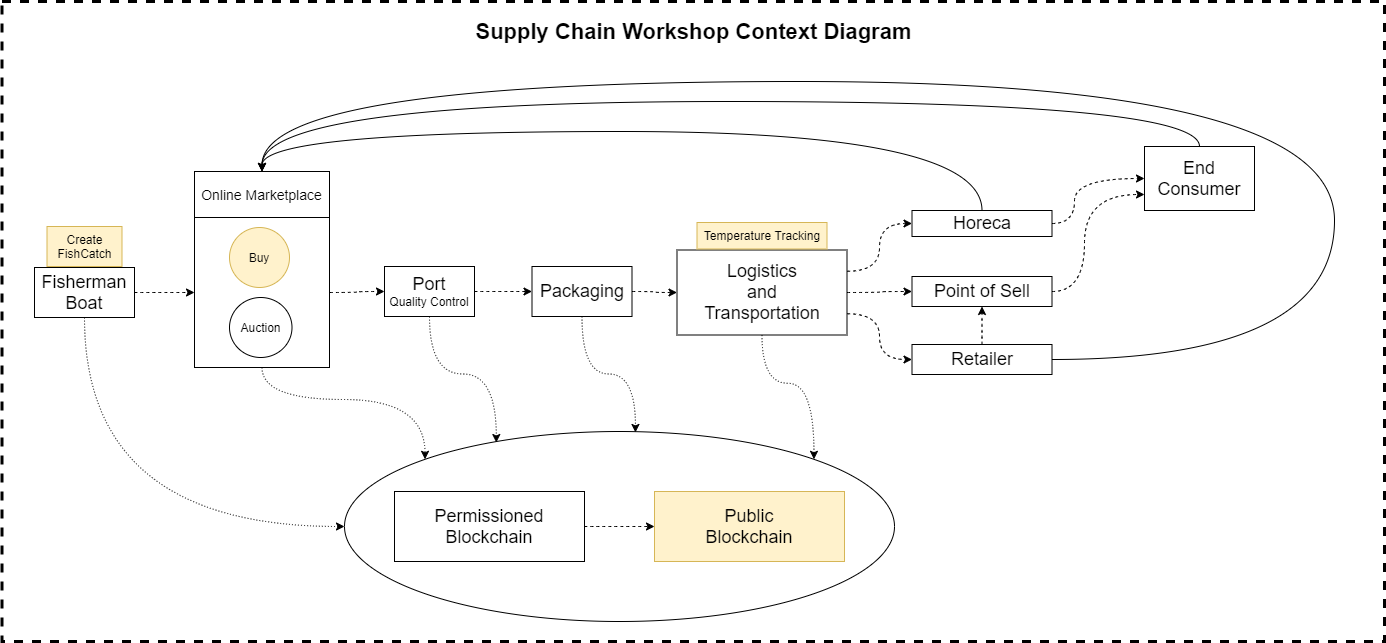
The draw.io diagram docs/SupplyChain Workshop Diagram.png in Bitcliq-Technologies/supplyChainETH-workshop, before a commit. Source tidied: cells renumbered, new cells last; positions are measured from the earlier drawing's top-left corner, leaving out a move shared by most shapes. Source of this version:
```xml
<mxGraphModel>
  <root>
    <mxCell id="0" />
    <mxCell id="1" parent="0" />
    <mxCell id="2" style="rounded=0;whiteSpace=wrap;html=1;dashed=1;strokeWidth=3;" parent="1" vertex="1">
      <mxGeometry x="-0.5" width="1382.5" height="640" as="geometry" />
    </mxCell>
    <mxCell id="3" style="ellipse;whiteSpace=wrap;html=1;strokeWidth=1;" parent="1" vertex="1">
      <mxGeometry x="342" y="430" width="550" height="190" as="geometry" />
    </mxCell>
    <mxCell id="4" style="edgeStyle=orthogonalEdgeStyle;curved=1;rounded=0;jettySize=auto;html=1;exitX=1;exitY=0.5;exitDx=0;exitDy=0;entryX=0;entryY=0.5;entryDx=0;entryDy=0;dashed=1;" parent="1" edge="1" source="6" target="13">
      <mxGeometry relative="1" as="geometry" />
    </mxCell>
    <mxCell id="5" style="edgeStyle=orthogonalEdgeStyle;curved=1;rounded=0;jettySize=auto;html=1;exitX=0.5;exitY=1;exitDx=0;exitDy=0;entryX=0;entryY=0;entryDx=0;entryDy=0;dashed=1;dashPattern=1 2;" parent="1" edge="1" source="6" target="3">
      <mxGeometry relative="1" as="geometry" />
    </mxCell>
    <mxCell id="6" style="rounded=0;whiteSpace=wrap;html=1;" parent="1" vertex="1">
      <mxGeometry x="192" y="216" width="135" height="150" as="geometry" />
    </mxCell>
    <mxCell id="7" style="edgeStyle=orthogonalEdgeStyle;curved=1;rounded=0;jettySize=auto;html=1;exitX=1;exitY=0.5;exitDx=0;exitDy=0;entryX=0;entryY=0.5;entryDx=0;entryDy=0;dashed=1;" parent="1" edge="1" source="9" target="6">
      <mxGeometry relative="1" as="geometry" />
    </mxCell>
    <mxCell id="8" style="edgeStyle=orthogonalEdgeStyle;curved=1;rounded=0;jettySize=auto;html=1;exitX=0.5;exitY=1;exitDx=0;exitDy=0;entryX=0;entryY=0.5;entryDx=0;entryDy=0;dashed=1;dashPattern=1 2;" parent="1" edge="1" source="9" target="3">
      <mxGeometry relative="1" as="geometry" />
    </mxCell>
    <mxCell id="9" value="&lt;font style=&quot;font-size: 18px&quot;&gt;Fisherman&lt;br&gt;Boat&lt;/font&gt;" style="rounded=0;whiteSpace=wrap;html=1;" parent="1" vertex="1">
      <mxGeometry x="32" y="266" width="100" height="50" as="geometry" />
    </mxCell>
    <mxCell id="10" value="Create FishCatch" style="rounded=0;whiteSpace=wrap;html=1;fillColor=#fff2cc;strokeColor=#d6b656;" parent="1" vertex="1">
      <mxGeometry x="44.5" y="225" width="75" height="40" as="geometry" />
    </mxCell>
    <mxCell id="11" style="edgeStyle=orthogonalEdgeStyle;curved=1;rounded=0;jettySize=auto;html=1;exitX=1;exitY=0.5;exitDx=0;exitDy=0;dashed=1;" parent="1" edge="1" source="13" target="17">
      <mxGeometry relative="1" as="geometry" />
    </mxCell>
    <mxCell id="12" style="edgeStyle=orthogonalEdgeStyle;curved=1;rounded=0;jettySize=auto;html=1;exitX=0.5;exitY=1;exitDx=0;exitDy=0;entryX=0.276;entryY=0.058;entryDx=0;entryDy=0;entryPerimeter=0;dashed=1;dashPattern=1 2;" parent="1" edge="1" source="13" target="3">
      <mxGeometry relative="1" as="geometry" />
    </mxCell>
    <mxCell id="13" value="&lt;font&gt;&lt;font style=&quot;font-size: 18px&quot;&gt;Port&lt;br&gt;&lt;/font&gt;Quality Control&lt;br&gt;&lt;/font&gt;" style="rounded=0;whiteSpace=wrap;html=1;" parent="1" vertex="1">
      <mxGeometry x="382" y="265" width="90" height="50" as="geometry" />
    </mxCell>
    <mxCell id="14" value="&lt;span style=&quot;font-family: &amp;#34;helvetica&amp;#34;&quot;&gt;&lt;font style=&quot;font-size: 14px&quot;&gt;Online Marketplace&lt;/font&gt;&lt;/span&gt;" style="rounded=0;whiteSpace=wrap;html=1;" parent="1" vertex="1">
      <mxGeometry x="192" y="170" width="135" height="46" as="geometry" />
    </mxCell>
    <mxCell id="15" style="edgeStyle=orthogonalEdgeStyle;curved=1;rounded=0;jettySize=auto;html=1;exitX=1;exitY=0.5;exitDx=0;exitDy=0;entryX=0;entryY=0.5;entryDx=0;entryDy=0;dashed=1;" parent="1" edge="1" source="17" target="22">
      <mxGeometry relative="1" as="geometry" />
    </mxCell>
    <mxCell id="16" style="edgeStyle=orthogonalEdgeStyle;curved=1;rounded=0;jettySize=auto;html=1;exitX=0.5;exitY=1;exitDx=0;exitDy=0;dashed=1;dashPattern=1 2;entryX=0.529;entryY=0.005;entryDx=0;entryDy=0;entryPerimeter=0;" parent="1" edge="1" source="17" target="3">
      <mxGeometry relative="1" as="geometry" />
    </mxCell>
    <mxCell id="17" value="&lt;font&gt;&lt;font style=&quot;font-size: 18px&quot;&gt;Packaging&lt;/font&gt;&lt;br&gt;&lt;/font&gt;" style="rounded=0;whiteSpace=wrap;html=1;" parent="1" vertex="1">
      <mxGeometry x="529.5" y="265" width="100" height="50" as="geometry" />
    </mxCell>
    <mxCell id="18" style="edgeStyle=orthogonalEdgeStyle;curved=1;rounded=0;jettySize=auto;html=1;exitX=1;exitY=0.25;exitDx=0;exitDy=0;entryX=0;entryY=0.5;entryDx=0;entryDy=0;dashed=1;" parent="1" edge="1" source="22" target="25">
      <mxGeometry relative="1" as="geometry" />
    </mxCell>
    <mxCell id="19" style="edgeStyle=orthogonalEdgeStyle;curved=1;rounded=0;jettySize=auto;html=1;exitX=1;exitY=0.5;exitDx=0;exitDy=0;entryX=0;entryY=0.5;entryDx=0;entryDy=0;dashed=1;" parent="1" edge="1" source="22" target="27">
      <mxGeometry relative="1" as="geometry" />
    </mxCell>
    <mxCell id="20" style="edgeStyle=orthogonalEdgeStyle;curved=1;rounded=0;jettySize=auto;html=1;exitX=1;exitY=0.75;exitDx=0;exitDy=0;entryX=0;entryY=0.5;entryDx=0;entryDy=0;dashed=1;" parent="1" edge="1" source="22" target="30">
      <mxGeometry relative="1" as="geometry" />
    </mxCell>
    <mxCell id="21" style="edgeStyle=orthogonalEdgeStyle;curved=1;rounded=0;jettySize=auto;html=1;exitX=0.5;exitY=1;exitDx=0;exitDy=0;dashed=1;dashPattern=1 2;entryX=1;entryY=0;entryDx=0;entryDy=0;" parent="1" edge="1" source="22" target="3">
      <mxGeometry relative="1" as="geometry" />
    </mxCell>
    <mxCell id="22" value="&lt;font&gt;&lt;font style=&quot;font-size: 18px&quot;&gt;Logistics&lt;br&gt;and&lt;br&gt;Transportation&lt;/font&gt;&lt;br&gt;&lt;/font&gt;" style="rounded=0;whiteSpace=wrap;html=1;" parent="1" vertex="1">
      <mxGeometry x="674.5" y="248.5" width="170" height="85" as="geometry" />
    </mxCell>
    <mxCell id="23" style="edgeStyle=orthogonalEdgeStyle;curved=1;rounded=0;jettySize=auto;html=1;exitX=1;exitY=0.5;exitDx=0;exitDy=0;entryX=0;entryY=0.5;entryDx=0;entryDy=0;dashed=1;" parent="1" edge="1" source="25" target="34">
      <mxGeometry relative="1" as="geometry">
        <Array as="points">
          <mxPoint x="1072" y="222" />
          <mxPoint x="1072" y="177" />
        </Array>
      </mxGeometry>
    </mxCell>
    <mxCell id="24" style="edgeStyle=orthogonalEdgeStyle;curved=1;rounded=0;jettySize=auto;html=1;exitX=0.5;exitY=0;exitDx=0;exitDy=0;entryX=0.5;entryY=0;entryDx=0;entryDy=0;" parent="1" edge="1" source="25" target="14">
      <mxGeometry relative="1" as="geometry">
        <Array as="points">
          <mxPoint x="980" y="130" />
          <mxPoint x="260" y="130" />
        </Array>
      </mxGeometry>
    </mxCell>
    <mxCell id="25" value="&lt;font&gt;&lt;font style=&quot;font-size: 18px&quot;&gt;Horeca&lt;/font&gt;&lt;br&gt;&lt;/font&gt;" style="rounded=0;whiteSpace=wrap;html=1;" parent="1" vertex="1">
      <mxGeometry x="909.5" y="209" width="140" height="26" as="geometry" />
    </mxCell>
    <mxCell id="26" style="edgeStyle=orthogonalEdgeStyle;curved=1;rounded=0;jettySize=auto;html=1;exitX=1;exitY=0.5;exitDx=0;exitDy=0;entryX=0;entryY=0.75;entryDx=0;entryDy=0;dashed=1;" parent="1" edge="1" source="27" target="34">
      <mxGeometry relative="1" as="geometry">
        <Array as="points">
          <mxPoint x="1082" y="290" />
          <mxPoint x="1082" y="193" />
        </Array>
      </mxGeometry>
    </mxCell>
    <mxCell id="27" value="&lt;font&gt;&lt;font style=&quot;font-size: 18px&quot;&gt;Point of Sell&lt;/font&gt;&lt;br&gt;&lt;/font&gt;" style="rounded=0;whiteSpace=wrap;html=1;" parent="1" vertex="1">
      <mxGeometry x="909.5" y="275" width="140" height="30" as="geometry" />
    </mxCell>
    <mxCell id="28" style="edgeStyle=orthogonalEdgeStyle;curved=1;rounded=0;jettySize=auto;html=1;exitX=0.5;exitY=0;exitDx=0;exitDy=0;entryX=0.5;entryY=1;entryDx=0;entryDy=0;dashed=1;" parent="1" edge="1" source="30" target="27">
      <mxGeometry relative="1" as="geometry" />
    </mxCell>
    <mxCell id="29" style="edgeStyle=orthogonalEdgeStyle;curved=1;rounded=0;jettySize=auto;html=1;exitX=1;exitY=0.5;exitDx=0;exitDy=0;entryX=0.5;entryY=0;entryDx=0;entryDy=0;" parent="1" edge="1" source="30" target="14">
      <mxGeometry relative="1" as="geometry">
        <Array as="points">
          <mxPoint x="1332" y="358" />
          <mxPoint x="1332" y="80" />
          <mxPoint x="260" y="80" />
        </Array>
      </mxGeometry>
    </mxCell>
    <mxCell id="30" value="&lt;font&gt;&lt;font style=&quot;font-size: 18px&quot;&gt;Retailer&lt;/font&gt;&lt;br&gt;&lt;/font&gt;" style="rounded=0;whiteSpace=wrap;html=1;" parent="1" vertex="1">
      <mxGeometry x="909.5" y="343" width="140" height="30" as="geometry" />
    </mxCell>
    <mxCell id="31" value="Buy" style="ellipse;whiteSpace=wrap;html=1;fillColor=#fff2cc;strokeColor=#d6b656;" parent="1" vertex="1">
      <mxGeometry x="227" y="226" width="60" height="60" as="geometry" />
    </mxCell>
    <mxCell id="32" value="Auction" style="ellipse;whiteSpace=wrap;html=1;" parent="1" vertex="1">
      <mxGeometry x="227" y="296" width="62.5" height="60" as="geometry" />
    </mxCell>
    <mxCell id="33" style="edgeStyle=orthogonalEdgeStyle;curved=1;rounded=0;jettySize=auto;html=1;exitX=0.5;exitY=0;exitDx=0;exitDy=0;entryX=0.5;entryY=0;entryDx=0;entryDy=0;" parent="1" edge="1" source="34" target="14">
      <mxGeometry relative="1" as="geometry">
        <Array as="points">
          <mxPoint x="1197" y="100" />
          <mxPoint x="260" y="100" />
        </Array>
      </mxGeometry>
    </mxCell>
    <mxCell id="34" value="&lt;font&gt;&lt;font style=&quot;font-size: 18px&quot;&gt;End Consumer&lt;/font&gt;&lt;br&gt;&lt;/font&gt;" style="rounded=0;whiteSpace=wrap;html=1;" parent="1" vertex="1">
      <mxGeometry x="1142" y="145" width="110" height="64" as="geometry" />
    </mxCell>
    <mxCell id="35" value="Temperature Tracking" style="rounded=0;whiteSpace=wrap;html=1;fillColor=#fff2cc;strokeColor=#d6b656;" parent="1" vertex="1">
      <mxGeometry x="694.5" y="221" width="130" height="26.5" as="geometry" />
    </mxCell>
    <mxCell id="36" value="&lt;font style=&quot;font-size: 22px&quot;&gt;&lt;b&gt;Supply Chain Workshop Context Diagram&lt;/b&gt;&lt;/font&gt;" style="text;html=1;strokeColor=none;fillColor=none;align=center;verticalAlign=middle;whiteSpace=wrap;rounded=0;" parent="1" vertex="1">
      <mxGeometry x="-0.5" y="10" width="1382.5" height="40" as="geometry" />
    </mxCell>
    <mxCell id="37" style="edgeStyle=orthogonalEdgeStyle;curved=1;rounded=0;jettySize=auto;html=1;exitX=1;exitY=0.5;exitDx=0;exitDy=0;entryX=0;entryY=0.5;entryDx=0;entryDy=0;dashed=1;" parent="1" edge="1" source="38" target="39">
      <mxGeometry relative="1" as="geometry" />
    </mxCell>
    <mxCell id="38" value="&lt;span style=&quot;font-size: 18px&quot;&gt;Permissioned&lt;br&gt;Blockchain&lt;/span&gt;" style="rounded=0;whiteSpace=wrap;html=1;" parent="1" vertex="1">
      <mxGeometry x="392" y="490" width="190" height="70" as="geometry" />
    </mxCell>
    <mxCell id="39" value="&lt;span style=&quot;font-size: 18px&quot;&gt;Public&lt;br&gt;Blockchain&lt;/span&gt;" style="rounded=0;whiteSpace=wrap;html=1;fillColor=#fff2cc;strokeColor=#d6b656;" parent="1" vertex="1">
      <mxGeometry x="652" y="490" width="190" height="70" as="geometry" />
    </mxCell>
  </root>
</mxGraphModel>
```
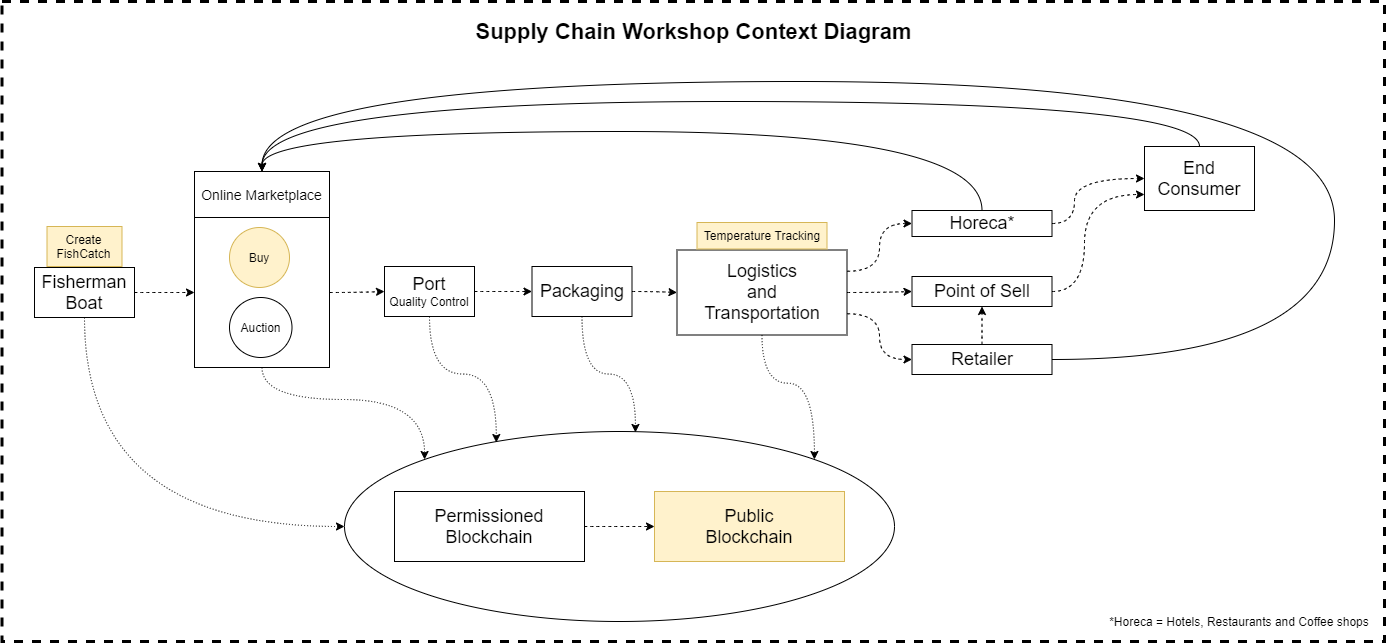
The same file after the commit.

The edit, as a diff of the source:
```diff
@@ -81,7 +81,7 @@
         </Array>
       </mxGeometry>
     </mxCell>
-    <mxCell id="25" value="&lt;font&gt;&lt;font style=&quot;font-size: 18px&quot;&gt;Horeca&lt;/font&gt;&lt;br&gt;&lt;/font&gt;" style="rounded=0;whiteSpace=wrap;html=1;" parent="1" vertex="1">
+    <mxCell id="25" value="&lt;font&gt;&lt;font style=&quot;font-size: 18px&quot;&gt;Horeca*&lt;/font&gt;&lt;br&gt;&lt;/font&gt;" style="rounded=0;whiteSpace=wrap;html=1;" parent="1" vertex="1">
       <mxGeometry x="909.5" y="209" width="140" height="26" as="geometry" />
     </mxCell>
     <mxCell id="26" style="edgeStyle=orthogonalEdgeStyle;curved=1;rounded=0;jettySize=auto;html=1;exitX=1;exitY=0.5;exitDx=0;exitDy=0;entryX=0;entryY=0.75;entryDx=0;entryDy=0;dashed=1;" parent="1" edge="1" source="27" target="34">
@@ -142,5 +142,8 @@
     <mxCell id="39" value="&lt;span style=&quot;font-size: 18px&quot;&gt;Public&lt;br&gt;Blockchain&lt;/span&gt;" style="rounded=0;whiteSpace=wrap;html=1;fillColor=#fff2cc;strokeColor=#d6b656;" parent="1" vertex="1">
       <mxGeometry x="652" y="490" width="190" height="70" as="geometry" />
     </mxCell>
+    <mxCell id="40" value="*Horeca = Hotels, Restaurants and Coffee shops" style="text;html=1;strokeColor=none;fillColor=none;align=center;verticalAlign=middle;whiteSpace=wrap;rounded=0;" parent="1" vertex="1">
+      <mxGeometry x="1102" y="610" width="270" height="20" as="geometry" />
+    </mxCell>
   </root>
 </mxGraphModel>
```
